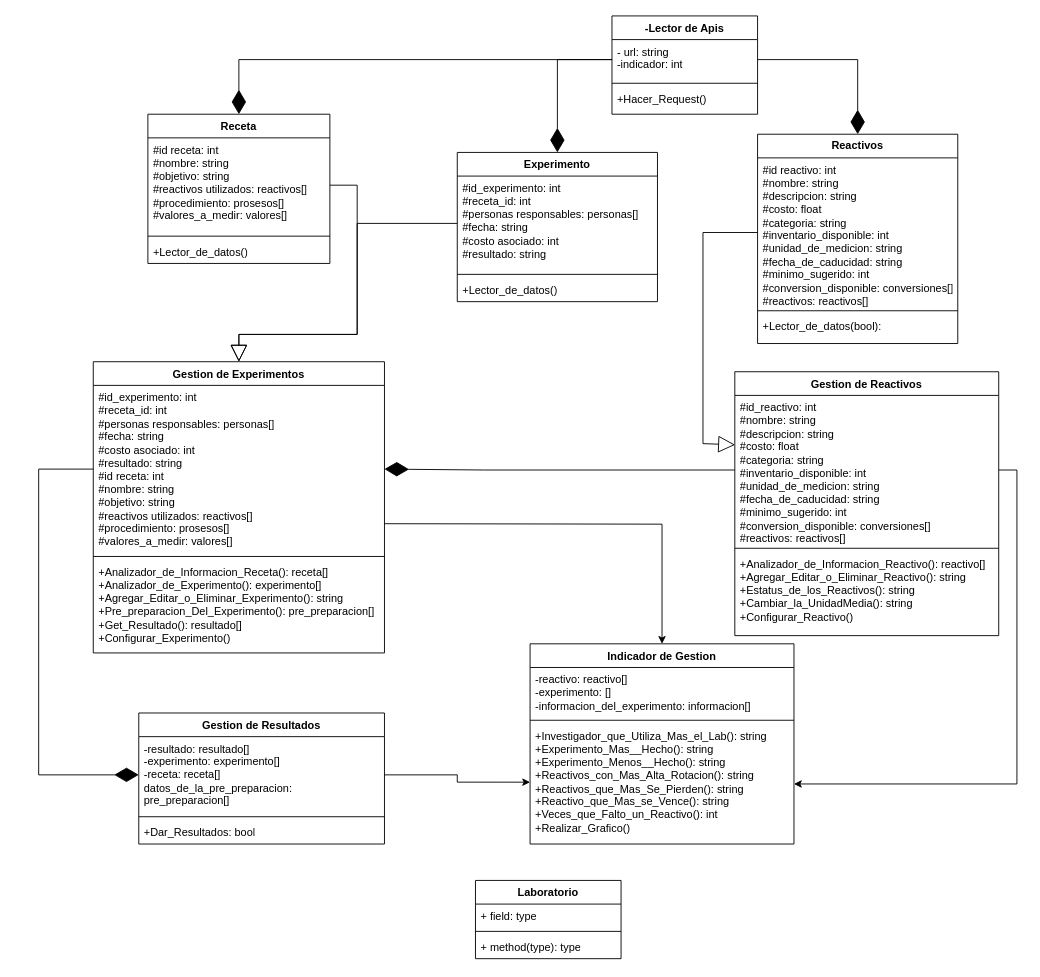
Before: Diagrama_proyecto.drawio in Diegoafkx/Proyecto, a draw.io diagram. Source tidied: cells renumbered, new cells numbered last; positions are measured from the earlier drawing's top-left corner, leaving out a move shared by most shapes. Both pictures are drawn from the tidied source at 91%, with x=0, y=0 at pixel (38, 15).
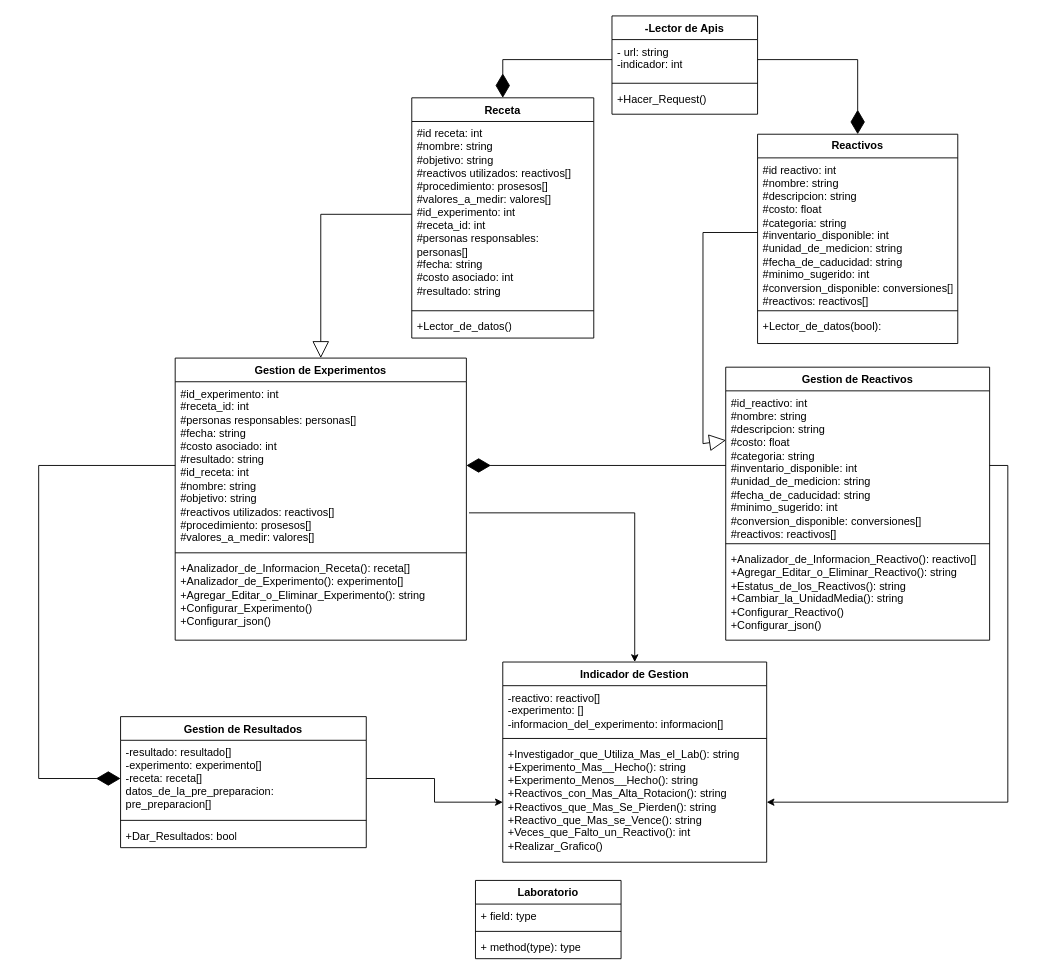
Above is the later version.

The change refers to these unchanged cells:
```xml
<mxCell id="3" value="- url: string&lt;div&gt;-indicador: int&lt;/div&gt;" style="text;strokeColor=none;fillColor=none;align=left;verticalAlign=top;spacingLeft=4;spacingRight=4;overflow=hidden;points=[[0,0.5],[1,0.5]];portConstraint=eastwest;whiteSpace=wrap;html=1;" parent="2" vertex="1">
  <mxGeometry y="26" width="160" height="44" as="geometry" />
</mxCell>
<mxCell id="7" value="&lt;div&gt;#id_reactivo: int&lt;/div&gt;&lt;div&gt;#nombre: string&lt;/div&gt;&lt;div&gt;#descripcion: string&lt;/div&gt;&lt;div&gt;#costo: float&lt;/div&gt;&lt;div&gt;#categoria: string&lt;/div&gt;&lt;div&gt;#inventario_disponible: int&lt;/div&gt;&lt;div&gt;#unidad_de_medicion: string&lt;/div&gt;&lt;div&gt;#fecha_de_caducidad: string&lt;/div&gt;&lt;div&gt;#minimo_sugerido: int&lt;/div&gt;&lt;div&gt;#conversion_disponible: conversiones[]&lt;/div&gt;&lt;div&gt;#reactivos: reactivos[]&lt;/div&gt;" style="text;strokeColor=none;fillColor=none;align=left;verticalAlign=top;spacingLeft=4;spacingRight=4;overflow=hidden;points=[[0,0.5],[1,0.5]];portConstraint=eastwest;whiteSpace=wrap;html=1;" parent="6" vertex="1">
  <mxGeometry y="26" width="290" height="164" as="geometry" />
</mxCell>
<mxCell id="15" value="-resultado: resultado[]&lt;div&gt;-experimento: experimento[]&lt;/div&gt;&lt;div&gt;-receta: receta[]&lt;/div&gt;&lt;div&gt;datos_de_la_pre_preparacion: pre_preparacion[]&lt;/div&gt;" style="text;strokeColor=none;fillColor=none;align=left;verticalAlign=middle;spacingLeft=4;spacingRight=4;overflow=hidden;points=[[0,0.5],[1,0.5]];portConstraint=eastwest;whiteSpace=wrap;html=1;" parent="14" vertex="1">
  <mxGeometry y="26" width="270" height="84" as="geometry" />
</mxCell>
<mxCell id="21" value="+Investigador_que_Utiliza_Mas_el_Lab(): string&lt;div&gt;+Experimento_Mas__Hecho(): string&lt;/div&gt;&lt;div&gt;&lt;div&gt;+Experimento_Menos__Hecho(): string&lt;/div&gt;&lt;div&gt;+Reactivos_con_Mas_Alta_Rotacion(): string&lt;/div&gt;&lt;div&gt;+Reactivos_que_Mas_Se_Pierden(): string&lt;/div&gt;&lt;div&gt;+Reactivo_que_Mas_se_Vence(): string&lt;/div&gt;&lt;div&gt;+Veces_que_Falto_un_Reactivo(): int&lt;/div&gt;&lt;div&gt;+Realizar_Grafico()&lt;/div&gt;&lt;div&gt;&lt;br&gt;&lt;/div&gt;&lt;/div&gt;" style="text;strokeColor=none;fillColor=none;align=left;verticalAlign=top;spacingLeft=4;spacingRight=4;overflow=hidden;points=[[0,0.5],[1,0.5]];portConstraint=eastwest;whiteSpace=wrap;html=1;" parent="18" vertex="1">
  <mxGeometry y="88" width="290" height="132" as="geometry" />
</mxCell>
```

Change to the diagram source:
```diff
@@
     <mxCell id="6" value="Gestion de Reactivos" style="swimlane;fontStyle=1;align=center;verticalAlign=top;horizontal=1;startSize=26;whiteSpace=wrap;html=1;" parent="1" vertex="1">
-      <mxGeometry x="765" y="391" width="290" height="290" as="geometry" />
+      <mxGeometry x="755" y="386" width="290" height="300" as="geometry" />
     </mxCell>
@@
-    <mxCell id="9" value="&lt;div&gt;+Analizador_de_Informacion_Reactivo(): reactivo[]&lt;/div&gt;+Agregar_Editar_o_Eliminar_Reactivo(): string&lt;div&gt;+Estatus_de_los_Reactivos(): string&lt;/div&gt;&lt;div&gt;&lt;span style=&quot;background-color: transparent; color: light-dark(rgb(0, 0, 0), rgb(255, 255, 255));&quot;&gt;+Cambiar_la_UnidadMedia(): string&lt;/span&gt;&lt;/div&gt;&lt;div&gt;&lt;span style=&quot;background-color: transparent; color: light-dark(rgb(0, 0, 0), rgb(255, 255, 255));&quot;&gt;+Configurar_Reactivo()&lt;/span&gt;&lt;/div&gt;" style="text;strokeColor=none;fillColor=none;align=left;verticalAlign=top;spacingLeft=4;spacingRight=4;overflow=hidden;whiteSpace=wrap;html=1;" parent="6" vertex="1">
-      <mxGeometry y="198" width="290" height="92" as="geometry" />
+    <mxCell id="9" value="&lt;div&gt;+Analizador_de_Informacion_Reactivo(): reactivo[]&lt;/div&gt;+Agregar_Editar_o_Eliminar_Reactivo(): string&lt;div&gt;+Estatus_de_los_Reactivos(): string&lt;/div&gt;&lt;div&gt;&lt;span style=&quot;background-color: transparent; color: light-dark(rgb(0, 0, 0), rgb(255, 255, 255));&quot;&gt;+Cambiar_la_UnidadMedia(): string&lt;/span&gt;&lt;/div&gt;&lt;div&gt;&lt;span style=&quot;background-color: transparent; color: light-dark(rgb(0, 0, 0), rgb(255, 255, 255));&quot;&gt;+Configurar_Reactivo()&lt;/span&gt;&lt;/div&gt;&lt;div&gt;+Configurar_json()&lt;span style=&quot;background-color: transparent; color: light-dark(rgb(0, 0, 0), rgb(255, 255, 255));&quot;&gt;&lt;/span&gt;&lt;/div&gt;" style="text;strokeColor=none;fillColor=none;align=left;verticalAlign=top;spacingLeft=4;spacingRight=4;overflow=hidden;whiteSpace=wrap;html=1;" parent="6" vertex="1">
+      <mxGeometry y="198" width="290" height="102" as="geometry" />
     </mxCell>
     <mxCell id="10" value="Gestion de Experimentos" style="swimlane;fontStyle=1;align=center;verticalAlign=top;horizontal=1;startSize=26;whiteSpace=wrap;html=1;" parent="1" vertex="1">
-      <mxGeometry x="60" y="380" width="320" height="320" as="geometry" />
+      <mxGeometry x="150" y="376" width="320" height="310" as="geometry" />
     </mxCell>
-    <mxCell id="11" value="#id_experimento: int&lt;div&gt;#receta_id: int&lt;/div&gt;&lt;div&gt;#personas responsables: personas[]&lt;/div&gt;&lt;div&gt;#fecha: string&lt;/div&gt;&lt;div&gt;#costo asociado: int&lt;/div&gt;&lt;div&gt;#resultado: string&lt;/div&gt;&lt;div&gt;#id receta: int&lt;div&gt;#nombre: string&lt;/div&gt;&lt;div&gt;#objetivo: string&lt;/div&gt;&lt;div&gt;#reactivos utilizados: reactivos[]&lt;/div&gt;&lt;div&gt;#procedimiento: prosesos[]&lt;/div&gt;&lt;div&gt;#valores_a_medir: valores[]&lt;/div&gt;&lt;/div&gt;" style="text;strokeColor=none;fillColor=none;align=left;verticalAlign=top;spacingLeft=4;spacingRight=4;overflow=hidden;points=[[0,0.5],[1,0.5]];portConstraint=eastwest;whiteSpace=wrap;html=1;" parent="10" vertex="1">
+    <mxCell id="11" value="#id_experimento: int&lt;div&gt;#receta_id: int&lt;/div&gt;&lt;div&gt;#personas responsables: personas[]&lt;/div&gt;&lt;div&gt;#fecha: string&lt;/div&gt;&lt;div&gt;#costo asociado: int&lt;/div&gt;&lt;div&gt;#resultado: string&lt;/div&gt;&lt;div&gt;#id_receta: int&lt;div&gt;#nombre: string&lt;/div&gt;&lt;div&gt;#objetivo: string&lt;/div&gt;&lt;div&gt;#reactivos utilizados: reactivos[]&lt;/div&gt;&lt;div&gt;#procedimiento: prosesos[]&lt;/div&gt;&lt;div&gt;#valores_a_medir: valores[]&lt;/div&gt;&lt;/div&gt;" style="text;strokeColor=none;fillColor=none;align=left;verticalAlign=top;spacingLeft=4;spacingRight=4;overflow=hidden;points=[[0,0.5],[1,0.5]];portConstraint=eastwest;whiteSpace=wrap;html=1;" parent="10" vertex="1">
       <mxGeometry y="26" width="320" height="184" as="geometry" />
     </mxCell>
@@
-    <mxCell id="13" value="+Analizador_de_Informacion_Receta(): receta[]&lt;div&gt;+Analizador_de_Experimento(): experimento[]&lt;/div&gt;&lt;div&gt;+Agregar_Editar_o_Eliminar_Experimento(): string&lt;/div&gt;&lt;div&gt;+Pre_preparacion_Del_Experimento(): pre_preparacion[]&lt;/div&gt;&lt;div&gt;+Get_Resultado(): resultado[]&lt;/div&gt;&lt;div&gt;+Configurar_Experimento()&lt;/div&gt;" style="text;strokeColor=none;fillColor=none;align=left;verticalAlign=top;spacingLeft=4;spacingRight=4;overflow=hidden;whiteSpace=wrap;html=1;" parent="10" vertex="1">
-      <mxGeometry y="218" width="320" height="102" as="geometry" />
+    <mxCell id="13" value="+Analizador_de_Informacion_Receta(): receta[]&lt;div&gt;+Analizador_de_Experimento(): experimento[]&lt;/div&gt;&lt;div&gt;+Agregar_Editar_o_Eliminar_Experimento(): string&lt;/div&gt;&lt;div&gt;+Configurar_Experimento()&lt;/div&gt;&lt;div&gt;+Configurar_json()&lt;/div&gt;" style="text;strokeColor=none;fillColor=none;align=left;verticalAlign=top;spacingLeft=4;spacingRight=4;overflow=hidden;whiteSpace=wrap;html=1;" parent="10" vertex="1">
+      <mxGeometry y="218" width="320" height="92" as="geometry" />
     </mxCell>
     <mxCell id="14" value="Gestion de Resultados" style="swimlane;fontStyle=1;align=center;verticalAlign=top;horizontal=1;startSize=26;whiteSpace=wrap;html=1;" parent="1" vertex="1">
-      <mxGeometry x="110" y="766" width="270" height="144" as="geometry" />
+      <mxGeometry x="90" y="770" width="270" height="144" as="geometry" />
     </mxCell>
@@
     <mxCell id="18" value="Indicador de Gestion" style="swimlane;fontStyle=1;align=center;verticalAlign=top;horizontal=1;startSize=26;whiteSpace=wrap;html=1;" parent="1" vertex="1">
-      <mxGeometry x="540" y="690" width="290" height="220" as="geometry" />
+      <mxGeometry x="510" y="710" width="290" height="220" as="geometry" />
     </mxCell>
@@
-    <mxCell id="26" style="endArrow=block;endSize=16;endFill=0;html=1;rounded=0;exitX=1;exitY=0.5;exitDx=0;exitDy=0;entryX=0.5;entryY=0;entryDx=0;entryDy=0;" parent="1" edge="1" source="29" target="10">
+    <mxCell id="26" style="endArrow=block;endSize=16;endFill=0;html=1;rounded=0;exitX=0;exitY=0.5;exitDx=0;exitDy=0;entryX=0.5;entryY=0;entryDx=0;entryDy=0;" parent="1" edge="1" source="29" target="10">
       <mxGeometry relative="1" as="geometry">
         <Array as="points">
-          <mxPoint x="350" y="186" />
-          <mxPoint x="350" y="350" />
-          <mxPoint x="220" y="350" />
+          <mxPoint x="310" y="218" />
         </Array>
       </mxGeometry>
     </mxCell>
-    <mxCell id="27" style="endArrow=block;endSize=16;endFill=0;html=1;rounded=0;exitX=0;exitY=0.5;exitDx=0;exitDy=0;entryX=0.5;entryY=0;entryDx=0;entryDy=0;" parent="1" edge="1" source="33" target="10">
-      <mxGeometry relative="1" as="geometry">
-        <Array as="points">
-          <mxPoint x="350" y="228" />
-          <mxPoint x="350" y="350" />
-          <mxPoint x="220" y="350" />
-        </Array>
-      </mxGeometry>
-    </mxCell>
     <mxCell id="28" value="Receta" style="swimlane;fontStyle=1;align=center;verticalAlign=top;horizontal=1;startSize=26;whiteSpace=wrap;html=1;" parent="1" vertex="1">
-      <mxGeometry x="120" y="108" width="200" height="164" as="geometry" />
+      <mxGeometry x="410" y="90" width="200" height="264" as="geometry" />
     </mxCell>
-    <mxCell id="29" value="#id receta: int&lt;div&gt;#nombre: string&lt;/div&gt;&lt;div&gt;#objetivo: string&lt;/div&gt;&lt;div&gt;#reactivos utilizados: reactivos[]&lt;/div&gt;&lt;div&gt;#procedimiento: prosesos[]&lt;/div&gt;&lt;div&gt;#valores_a_medir: valores[]&lt;/div&gt;" style="text;strokeColor=none;fillColor=none;align=left;verticalAlign=top;spacingLeft=4;spacingRight=4;overflow=hidden;points=[[0,0.5],[1,0.5]];portConstraint=eastwest;whiteSpace=wrap;html=1;" parent="28" vertex="1">
-      <mxGeometry y="26" width="200" height="104" as="geometry" />
+    <mxCell id="29" value="#id receta: int&lt;div&gt;#nombre: string&lt;/div&gt;&lt;div&gt;#objetivo: string&lt;/div&gt;&lt;div&gt;#reactivos utilizados: reactivos[]&lt;/div&gt;&lt;div&gt;#procedimiento: prosesos[]&lt;/div&gt;&lt;div&gt;#valores_a_medir: valores[]&lt;/div&gt;&lt;div&gt;#id_experimento: int&lt;div&gt;#receta_id: int&lt;/div&gt;&lt;div&gt;#personas responsables: personas[]&lt;/div&gt;&lt;div&gt;#fecha: string&lt;/div&gt;&lt;div&gt;#costo asociado: int&lt;/div&gt;&lt;div&gt;#resultado: string&lt;/div&gt;&lt;/div&gt;" style="text;strokeColor=none;fillColor=none;align=left;verticalAlign=top;spacingLeft=4;spacingRight=4;overflow=hidden;points=[[0,0.5],[1,0.5]];portConstraint=eastwest;whiteSpace=wrap;html=1;" parent="28" vertex="1">
+      <mxGeometry y="26" width="200" height="204" as="geometry" />
     </mxCell>
     <mxCell id="30" style="line;strokeWidth=1;fillColor=none;align=left;verticalAlign=middle;spacingTop=-1;spacingLeft=3;spacingRight=3;labelPosition=right;strokeColor=inherit;" parent="28" vertex="1">
-      <mxGeometry y="130" width="200" height="8" as="geometry" />
+      <mxGeometry y="230" width="200" height="8" as="geometry" />
     </mxCell>
     <mxCell id="31" value="+Lector_de_datos()" style="text;strokeColor=none;fillColor=none;align=left;verticalAlign=top;spacingLeft=4;spacingRight=4;overflow=hidden;whiteSpace=wrap;html=1;" parent="28" vertex="1">
-      <mxGeometry y="138" width="200" height="26" as="geometry" />
+      <mxGeometry y="238" width="200" height="26" as="geometry" />
     </mxCell>
-    <mxCell id="32" value="Experimento" style="swimlane;fontStyle=1;align=center;verticalAlign=top;horizontal=1;startSize=26;whiteSpace=wrap;html=1;" parent="1" vertex="1">
-      <mxGeometry x="460" y="150" width="220" height="164" as="geometry" />
-    </mxCell>
-    <mxCell id="33" value="#id_experimento: int&lt;div&gt;#receta_id: int&lt;/div&gt;&lt;div&gt;#personas responsables: personas[]&lt;/div&gt;&lt;div&gt;#fecha: string&lt;/div&gt;&lt;div&gt;#costo asociado: int&lt;/div&gt;&lt;div&gt;#resultado: string&lt;/div&gt;" style="text;strokeColor=none;fillColor=none;align=left;verticalAlign=top;spacingLeft=4;spacingRight=4;overflow=hidden;points=[[0,0.5],[1,0.5]];portConstraint=eastwest;whiteSpace=wrap;html=1;" parent="32" vertex="1">
-      <mxGeometry y="26" width="220" height="104" as="geometry" />
-    </mxCell>
-    <mxCell id="34" style="line;strokeWidth=1;fillColor=none;align=left;verticalAlign=middle;spacingTop=-1;spacingLeft=3;spacingRight=3;labelPosition=right;strokeColor=inherit;" parent="32" vertex="1">
-      <mxGeometry y="130" width="220" height="8" as="geometry" />
-    </mxCell>
-    <mxCell id="35" value="+Lector_de_datos()" style="text;strokeColor=none;fillColor=none;align=left;verticalAlign=top;spacingLeft=4;spacingRight=4;overflow=hidden;whiteSpace=wrap;html=1;" parent="32" vertex="1">
-      <mxGeometry y="138" width="220" height="26" as="geometry" />
-    </mxCell>
-    <mxCell id="36" style="edgeStyle=orthogonalEdgeStyle;rounded=0;jettySize=auto;html=1;exitX=1;exitY=0.5;exitDx=0;exitDy=0;entryX=0;entryY=0.485;entryDx=0;entryDy=0;entryPerimeter=0;" parent="1" edge="1" source="15" target="21">
-      <mxGeometry relative="1" as="geometry" />
-    </mxCell>
@@
     <mxCell id="39" style="endArrow=diamondThin;endFill=1;endSize=24;html=1;rounded=0;exitX=0;exitY=0.5;exitDx=0;exitDy=0;entryX=0.5;entryY=0;entryDx=0;entryDy=0;" parent="1" edge="1" source="3" target="28">
       <mxGeometry relative="1" as="geometry">
         <Array as="points">
-          <mxPoint x="220" y="48" />
+          <mxPoint x="510" y="48" />
         </Array>
       </mxGeometry>
     </mxCell>
-    <mxCell id="40" style="endArrow=diamondThin;endFill=1;endSize=24;html=1;rounded=0;exitX=0;exitY=0.5;exitDx=0;exitDy=0;entryX=0.5;entryY=0;entryDx=0;entryDy=0;" parent="1" edge="1" source="3" target="32">
-      <mxGeometry relative="1" as="geometry">
-        <Array as="points">
-          <mxPoint x="570" y="48" />
-        </Array>
-      </mxGeometry>
-    </mxCell>
@@
-    <mxCell id="42" style="edgeStyle=orthogonalEdgeStyle;rounded=0;jettySize=auto;html=1;entryX=0.5;entryY=0;entryDx=0;entryDy=0;" parent="1" edge="1" target="18">
-      <mxGeometry relative="1" as="geometry">
-        <mxPoint x="380" y="558" as="sourcePoint" />
-      </mxGeometry>
+    <mxCell id="42" style="edgeStyle=orthogonalEdgeStyle;rounded=0;jettySize=auto;html=1;entryX=0.5;entryY=0;entryDx=0;entryDy=0;exitX=1.009;exitY=0.783;exitDx=0;exitDy=0;exitPerimeter=0;" parent="1" edge="1" source="11" target="18">
+      <mxGeometry relative="1" as="geometry" />
     </mxCell>
@@
     <mxCell id="47" style="endArrow=diamondThin;endFill=1;endSize=24;html=1;rounded=0;exitX=0;exitY=0.5;exitDx=0;exitDy=0;entryX=1;entryY=0.5;entryDx=0;entryDy=0;" parent="1" edge="1" source="7" target="11">
-      <mxGeometry relative="1" as="geometry">
-        <Array as="points">
-          <mxPoint x="490" y="499" />
-        </Array>
-      </mxGeometry>
+      <mxGeometry relative="1" as="geometry" />
     </mxCell>
     <mxCell id="48" style="endArrow=diamondThin;endFill=1;endSize=24;html=1;rounded=0;exitX=0;exitY=0.5;exitDx=0;exitDy=0;entryX=0;entryY=0.5;entryDx=0;entryDy=0;" parent="1" edge="1" source="11" target="15">
       <mxGeometry relative="1" as="geometry">
         <Array as="points">
-          <mxPoint y="498" />
-          <mxPoint y="834" />
+          <mxPoint y="494" />
+          <mxPoint y="838" />
         </Array>
       </mxGeometry>
     </mxCell>
+    <mxCell id="36" style="edgeStyle=orthogonalEdgeStyle;rounded=0;jettySize=auto;html=1;entryX=0;entryY=0.5;entryDx=0;entryDy=0;" parent="1" edge="1" source="15" target="21">
+      <mxGeometry relative="1" as="geometry" />
+    </mxCell>
```
